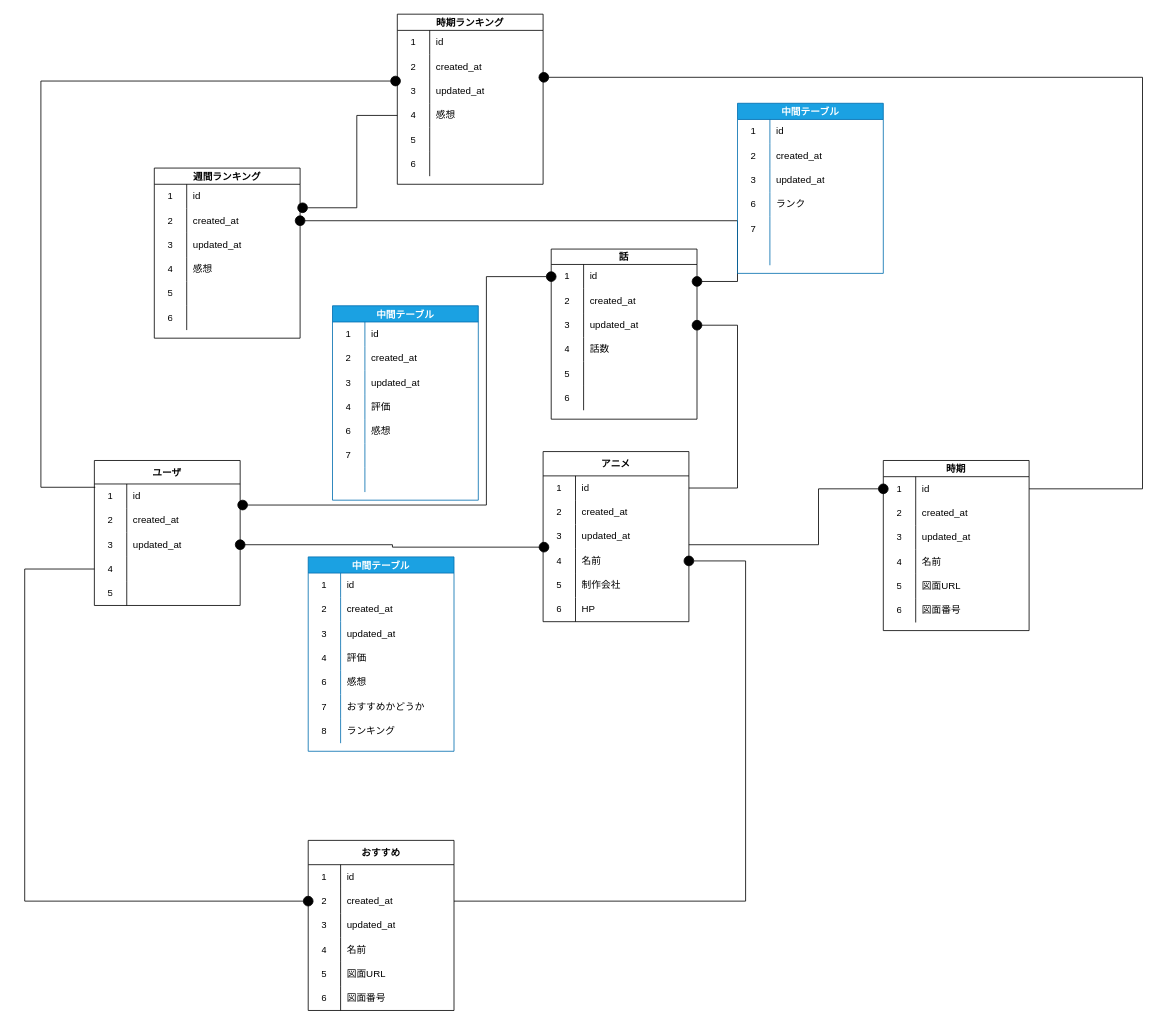
Earlier version of the draw.io diagram document/db/db.dio (NiheiKeita/anigraph-app). Source tidied: cells renumbered, new cells numbered last; positions are measured from the earlier drawing's top-left corner, leaving out a move shared by most shapes. Both pictures are drawn from the tidied source at 81%, with x=0, y=0 at pixel (24, 14).
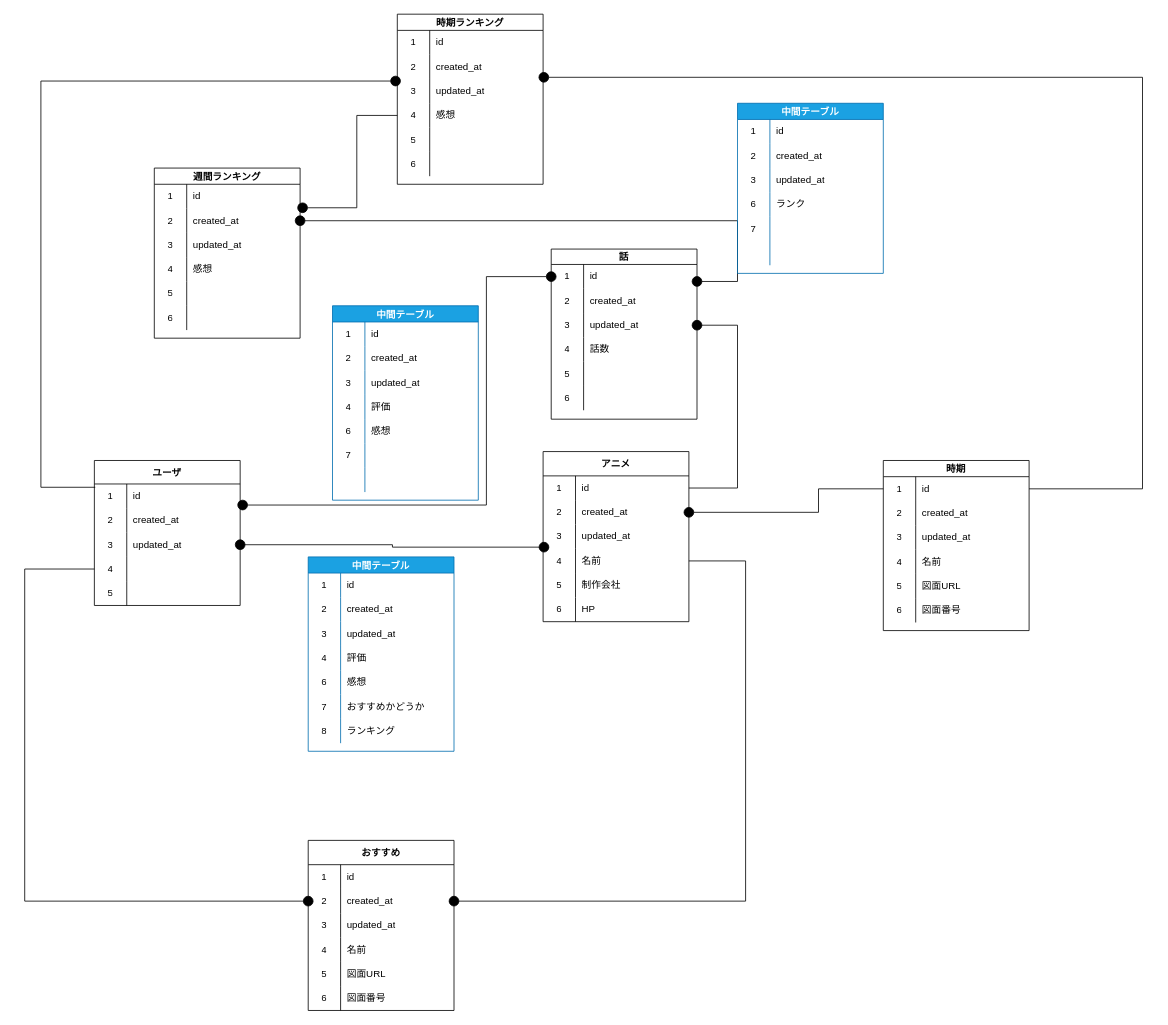
Above is the later version.

The change refers to these unchanged cells:
```xml
<mxCell id="22" style="shape=tableRow;horizontal=0;startSize=0;swimlaneHead=0;swimlaneBody=0;top=0;left=0;bottom=0;right=0;fillColor=none;points=[[0,0.5],[1,0.5]];portConstraint=eastwest;" parent="18" vertex="1">
  <mxGeometry y="60" width="180" height="30" as="geometry" />
</mxCell>
<mxCell id="28" style="shape=tableRow;horizontal=0;startSize=0;swimlaneHead=0;swimlaneBody=0;top=0;left=0;bottom=0;right=0;fillColor=none;points=[[0,0.5],[1,0.5]];portConstraint=eastwest;" parent="18" vertex="1">
  <mxGeometry y="120" width="180" height="30" as="geometry" />
</mxCell>
<mxCell id="38" style="shape=tableRow;horizontal=0;startSize=0;swimlaneHead=0;swimlaneBody=0;top=0;left=0;bottom=0;right=0;fillColor=none;points=[[0,0.5],[1,0.5]];portConstraint=eastwest;" parent="37" vertex="1">
  <mxGeometry y="20" width="180" height="30" as="geometry" />
</mxCell>
<mxCell id="60" style="shape=tableRow;horizontal=0;startSize=0;swimlaneHead=0;swimlaneBody=0;top=0;left=0;bottom=0;right=0;fillColor=none;points=[[0,0.5],[1,0.5]];portConstraint=eastwest;" parent="56" vertex="1">
  <mxGeometry y="60" width="180" height="30" as="geometry" />
</mxCell>
```

What changed in the source:
```diff
@@
-    <mxCell id="142" style="edgeStyle=elbowEdgeStyle;elbow=horizontal;endArrow=oval;html=1;curved=0;rounded=0;endSize=12;startSize=12;exitX=1;exitY=0.5;exitDx=0;exitDy=0;entryX=1;entryY=0.5;entryDx=0;entryDy=0;endFill=1;startArrow=none;startFill=0;" parent="1" edge="1" source="60" target="28">
+    <mxCell id="142" style="edgeStyle=elbowEdgeStyle;elbow=horizontal;endArrow=none;html=1;curved=0;rounded=0;endSize=12;startSize=12;exitX=1;exitY=0.5;exitDx=0;exitDy=0;entryX=1;entryY=0.5;entryDx=0;entryDy=0;endFill=0;startArrow=oval;startFill=1;" parent="1" edge="1" source="60" target="28">
       <mxGeometry relative="1" as="geometry">
         <Array as="points">
           <mxPoint x="890" y="530" />
         </Array>
       </mxGeometry>
     </mxCell>
-    <mxCell id="143" style="edgeStyle=elbowEdgeStyle;elbow=horizontal;endArrow=oval;html=1;curved=0;rounded=0;endSize=12;startSize=12;entryX=0;entryY=0.5;entryDx=0;entryDy=0;endFill=1;startArrow=none;startFill=0;" parent="1" edge="1" target="38">
+    <mxCell id="143" style="edgeStyle=elbowEdgeStyle;elbow=horizontal;endArrow=oval;html=1;curved=0;rounded=0;endSize=12;startSize=12;entryX=1;entryY=0.5;entryDx=0;entryDy=0;endFill=1;startArrow=none;startFill=0;exitX=0;exitY=0.5;exitDx=0;exitDy=0;" parent="1" edge="1" source="38" target="22">
       <mxGeometry relative="1" as="geometry">
-        <mxPoint x="820" y="655" as="sourcePoint" />
         <Array as="points">
           <mxPoint x="980" y="610" />
         </Array>
       </mxGeometry>
     </mxCell>
```
